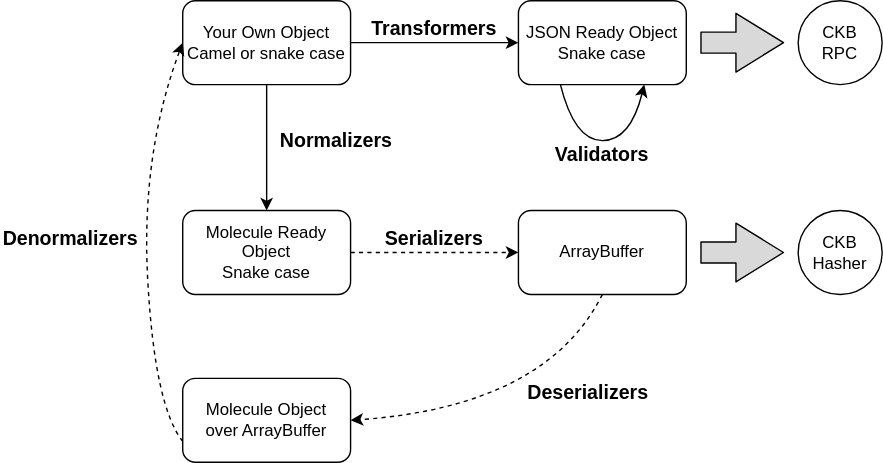
nervosnetwork/ckb-js-toolkit keeps this draw.io diagram as images/toolkit.svg. Above is the earlier version. Source tidied: cells renumbered, new cells last; positions are measured from the earlier drawing's top-left corner, leaving out a move shared by most shapes.
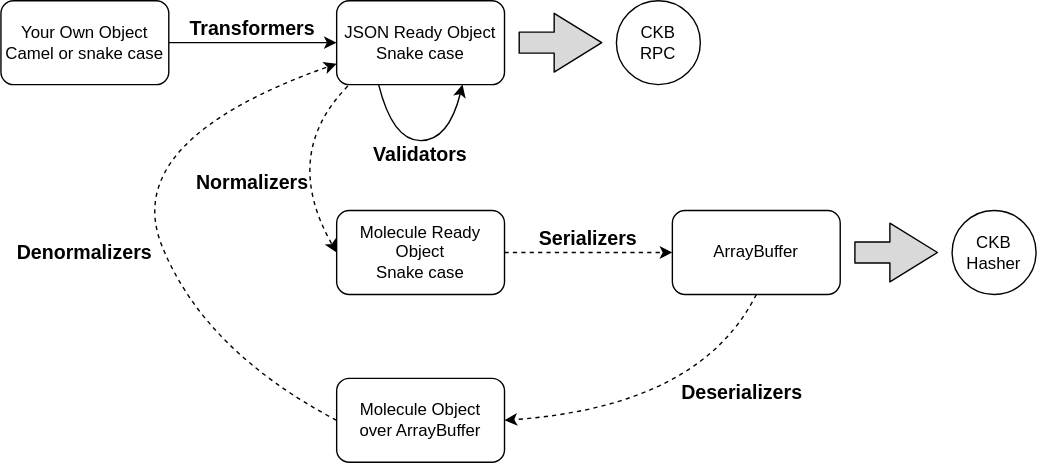
After the commit.

Diff of the diagram source:
```diff
@@ -35,54 +35,58 @@
       </mxGeometry>
     </mxCell>
     <mxCell id="10" value="Molecule Ready Object&lt;br&gt;Snake case" style="rounded=1;whiteSpace=wrap;html=1;" parent="1" vertex="1">
-      <mxGeometry x="130" y="150" width="120" height="60" as="geometry" />
+      <mxGeometry x="370" y="150" width="120" height="60" as="geometry" />
     </mxCell>
-    <mxCell id="11" style="endArrow=classic;html=1;fillColor=#D9D9D9;fontSize=14;exitX=0.5;exitY=1;exitDx=0;exitDy=0;entryX=0.5;entryY=0;entryDx=0;entryDy=0;" parent="1" edge="1" source="2" target="10">
-      <mxGeometry relative="1" as="geometry" />
+    <mxCell id="11" value="&lt;b&gt;Normalizers&lt;/b&gt;" style="text;html=1;strokeColor=none;fillColor=none;align=center;verticalAlign=middle;whiteSpace=wrap;rounded=0;fontSize=14;" parent="1" vertex="1">
+      <mxGeometry x="260" y="120" width="100" height="20" as="geometry" />
     </mxCell>
-    <mxCell id="12" value="&lt;b&gt;Normalizers&lt;/b&gt;" style="text;html=1;strokeColor=none;fillColor=none;align=center;verticalAlign=middle;whiteSpace=wrap;rounded=0;fontSize=14;" parent="1" vertex="1">
-      <mxGeometry x="190" y="90" width="100" height="20" as="geometry" />
+    <mxCell id="12" value="ArrayBuffer" style="rounded=1;whiteSpace=wrap;html=1;" parent="1" vertex="1">
+      <mxGeometry x="610" y="150" width="120" height="60" as="geometry" />
     </mxCell>
-    <mxCell id="13" value="ArrayBuffer" style="rounded=1;whiteSpace=wrap;html=1;" parent="1" vertex="1">
-      <mxGeometry x="370" y="150" width="120" height="60" as="geometry" />
+    <mxCell id="13" style="endArrow=classic;html=1;fillColor=#D9D9D9;fontSize=14;exitX=1;exitY=0.5;exitDx=0;exitDy=0;entryX=0;entryY=0.5;entryDx=0;entryDy=0;dashed=1;" parent="1" edge="1" source="10" target="12">
+      <mxGeometry relative="1" as="geometry" />
     </mxCell>
-    <mxCell id="14" style="endArrow=classic;html=1;fillColor=#D9D9D9;fontSize=14;exitX=1;exitY=0.5;exitDx=0;exitDy=0;entryX=0;entryY=0.5;entryDx=0;entryDy=0;dashed=1;" parent="1" edge="1" source="10" target="13">
-      <mxGeometry relative="1" as="geometry" />
+    <mxCell id="14" value="&lt;b&gt;Serializers&lt;/b&gt;" style="text;html=1;strokeColor=none;fillColor=none;align=center;verticalAlign=middle;whiteSpace=wrap;rounded=0;fontSize=14;" parent="1" vertex="1">
+      <mxGeometry x="500" y="160" width="100" height="20" as="geometry" />
     </mxCell>
-    <mxCell id="15" value="&lt;b&gt;Serializers&lt;/b&gt;" style="text;html=1;strokeColor=none;fillColor=none;align=center;verticalAlign=middle;whiteSpace=wrap;rounded=0;fontSize=14;" parent="1" vertex="1">
-      <mxGeometry x="260" y="160" width="100" height="20" as="geometry" />
+    <mxCell id="15" style="curved=1;endArrow=classic;html=1;fillColor=#D9D9D9;fontSize=14;exitX=0;exitY=0.5;exitDx=0;exitDy=0;entryX=0;entryY=0.75;entryDx=0;entryDy=0;dashed=1;" parent="1" edge="1" source="17" target="3">
+      <mxGeometry relative="1" as="geometry">
+        <Array as="points">
+          <mxPoint x="275" y="250" />
+          <mxPoint x="215" y="100" />
+        </Array>
+      </mxGeometry>
     </mxCell>
-    <mxCell id="16" style="curved=1;endArrow=classic;html=1;fillColor=#D9D9D9;fontSize=14;exitX=0;exitY=0.75;exitDx=0;exitDy=0;entryX=0;entryY=0.5;entryDx=0;entryDy=0;dashed=1;" parent="1" edge="1" source="18" target="2">
-      <mxGeometry relative="1" as="geometry">
-        <Array as="points">
-          <mxPoint x="110" y="290" />
-          <mxPoint x="100" y="110" />
-        </Array>
-      </mxGeometry>
+    <mxCell id="16" value="&lt;b&gt;Denormalizers&lt;/b&gt;" style="text;html=1;strokeColor=none;fillColor=none;align=center;verticalAlign=middle;whiteSpace=wrap;rounded=0;fontSize=14;" parent="1" vertex="1">
+      <mxGeometry x="140" y="170" width="100" height="20" as="geometry" />
     </mxCell>
-    <mxCell id="17" value="&lt;b&gt;Denormalizers&lt;/b&gt;" style="text;html=1;strokeColor=none;fillColor=none;align=center;verticalAlign=middle;whiteSpace=wrap;rounded=0;fontSize=14;" parent="1" vertex="1">
-      <mxGeometry y="160" width="100" height="20" as="geometry" />
+    <mxCell id="17" value="Molecule Object&lt;br&gt;over ArrayBuffer" style="rounded=1;whiteSpace=wrap;html=1;" parent="1" vertex="1">
+      <mxGeometry x="370" y="270" width="120" height="60" as="geometry" />
     </mxCell>
-    <mxCell id="18" value="Molecule Object&lt;br&gt;over ArrayBuffer" style="rounded=1;whiteSpace=wrap;html=1;" parent="1" vertex="1">
-      <mxGeometry x="130" y="270" width="120" height="60" as="geometry" />
+    <mxCell id="18" style="curved=1;endArrow=classic;html=1;dashed=1;fillColor=#D9D9D9;fontSize=14;exitX=0.5;exitY=1;exitDx=0;exitDy=0;entryX=1;entryY=0.5;entryDx=0;entryDy=0;" parent="1" edge="1" source="12" target="17">
+      <mxGeometry relative="1" as="geometry">
+        <Array as="points">
+          <mxPoint x="630" y="290" />
+        </Array>
+      </mxGeometry>
     </mxCell>
-    <mxCell id="19" style="curved=1;endArrow=classic;html=1;dashed=1;fillColor=#D9D9D9;fontSize=14;exitX=0.5;exitY=1;exitDx=0;exitDy=0;entryX=1;entryY=0.5;entryDx=0;entryDy=0;" parent="1" edge="1" source="13" target="18">
-      <mxGeometry relative="1" as="geometry">
-        <Array as="points">
-          <mxPoint x="390" y="290" />
-        </Array>
-      </mxGeometry>
+    <mxCell id="19" value="&lt;b&gt;Deserializers&lt;/b&gt;" style="text;html=1;strokeColor=none;fillColor=none;align=center;verticalAlign=middle;whiteSpace=wrap;rounded=0;fontSize=14;" parent="1" vertex="1">
+      <mxGeometry x="610" y="270" width="100" height="20" as="geometry" />
     </mxCell>
-    <mxCell id="20" value="&lt;b&gt;Deserializers&lt;/b&gt;" style="text;html=1;strokeColor=none;fillColor=none;align=center;verticalAlign=middle;whiteSpace=wrap;rounded=0;fontSize=14;" parent="1" vertex="1">
-      <mxGeometry x="370" y="270" width="100" height="20" as="geometry" />
+    <mxCell id="20" value="CKB&lt;br&gt;Hasher" style="ellipse;whiteSpace=wrap;html=1;" parent="1" vertex="1">
+      <mxGeometry x="810" y="150" width="60" height="60" as="geometry" />
     </mxCell>
-    <mxCell id="21" value="CKB&lt;br&gt;Hasher" style="ellipse;whiteSpace=wrap;html=1;" parent="1" vertex="1">
-      <mxGeometry x="570" y="150" width="60" height="60" as="geometry" />
+    <mxCell id="21" style="shape=flexArrow;endArrow=classic;html=1;fontSize=14;endWidth=26;endSize=11;width=15;fillColor=#D9D9D9;" parent="1" edge="1">
+      <mxGeometry relative="1" as="geometry">
+        <mxPoint x="740" y="180" as="sourcePoint" />
+        <mxPoint x="800" y="180" as="targetPoint" />
+      </mxGeometry>
     </mxCell>
-    <mxCell id="22" style="shape=flexArrow;endArrow=classic;html=1;fontSize=14;endWidth=26;endSize=11;width=15;fillColor=#D9D9D9;" parent="1" edge="1">
+    <mxCell id="22" style="curved=1;endArrow=classic;html=1;dashed=1;fillColor=#D9D9D9;fontSize=14;entryX=0;entryY=0.5;entryDx=0;entryDy=0;exitX=0.067;exitY=1.017;exitDx=0;exitDy=0;exitPerimeter=0;" parent="1" edge="1" source="3" target="10">
       <mxGeometry relative="1" as="geometry">
-        <mxPoint x="500" y="180" as="sourcePoint" />
-        <mxPoint x="560" y="180" as="targetPoint" />
+        <Array as="points">
+          <mxPoint x="330" y="110" />
+        </Array>
       </mxGeometry>
     </mxCell>
   </root>
```
